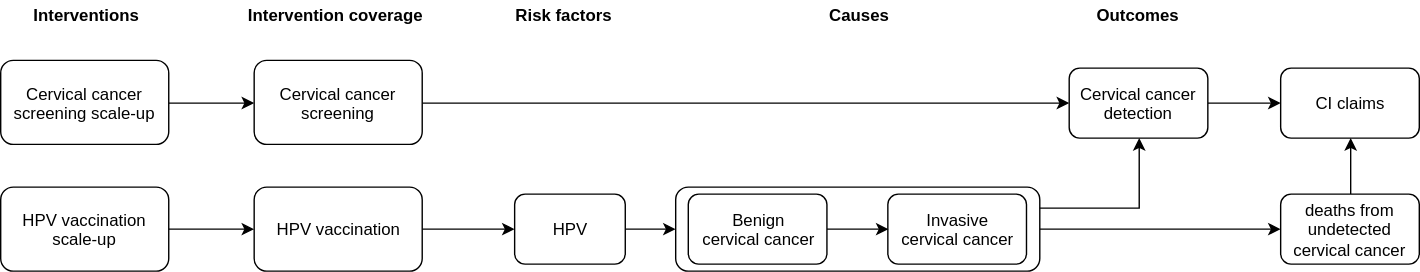
ihmeuw/vivarium_research keeps this draw.io diagram as docs/source/concept_models/vivarium_swissre_cervicalcancer/cervical_cancer_concept_model_diagram.svg. Above is the earlier version. Source tidied: cells renumbered, new cells last; positions are measured from the earlier drawing's top-left corner, leaving out a move shared by most shapes. Source of this version:
```xml
<mxGraphModel>
  <root>
    <mxCell id="0" />
    <mxCell id="1" parent="0" />
    <mxCell id="2" style="edgeStyle=orthogonalEdgeStyle;rounded=0;jettySize=auto;html=1;exitX=1;exitY=0.5;exitDx=0;exitDy=0;" parent="1" edge="1" source="3" target="28">
      <mxGeometry relative="1" as="geometry" />
    </mxCell>
    <mxCell id="3" style="rounded=1;whiteSpace=wrap;html=1;" parent="1" vertex="1">
      <mxGeometry x="482" y="133" width="260" height="60" as="geometry" />
    </mxCell>
    <mxCell id="4" value="&lt;b&gt;Interventions&lt;/b&gt;" style="text;html=1;strokeColor=none;fillColor=none;align=center;verticalAlign=middle;whiteSpace=wrap;rounded=0;" parent="1" vertex="1">
      <mxGeometry x="40" width="40" height="20" as="geometry" />
    </mxCell>
    <mxCell id="5" value="&lt;b&gt;Intervention coverage&lt;/b&gt;" style="text;html=1;strokeColor=none;fillColor=none;align=left;verticalAlign=middle;whiteSpace=wrap;rounded=0;" parent="1" vertex="1">
      <mxGeometry x="174.5" width="133" height="20" as="geometry" />
    </mxCell>
    <mxCell id="6" value="&lt;b&gt;Outcomes&lt;/b&gt;" style="text;html=1;strokeColor=none;fillColor=none;align=left;verticalAlign=middle;whiteSpace=wrap;rounded=0;" parent="1" vertex="1">
      <mxGeometry x="781" width="63" height="20" as="geometry" />
    </mxCell>
    <mxCell id="7" style="edgeStyle=orthogonalEdgeStyle;rounded=0;jettySize=auto;html=1;exitX=1;exitY=0.25;exitDx=0;exitDy=0;entryX=0.5;entryY=1;entryDx=0;entryDy=0;" parent="1" edge="1" source="3" target="16">
      <mxGeometry relative="1" as="geometry" />
    </mxCell>
    <mxCell id="8" value="Invasive&lt;br&gt;cervical cancer" style="rounded=1;whiteSpace=wrap;html=1;" parent="1" vertex="1">
      <mxGeometry x="633.5" y="138" width="99" height="50" as="geometry" />
    </mxCell>
    <mxCell id="9" value="&lt;b&gt;Risk factors&lt;/b&gt;" style="text;html=1;strokeColor=none;fillColor=none;align=left;verticalAlign=middle;whiteSpace=wrap;rounded=0;" parent="1" vertex="1">
      <mxGeometry x="366" width="78" height="20" as="geometry" />
    </mxCell>
    <mxCell id="10" style="edgeStyle=orthogonalEdgeStyle;rounded=0;jettySize=auto;html=1;exitX=1;exitY=0.5;exitDx=0;exitDy=0;entryX=0;entryY=0.5;entryDx=0;entryDy=0;" parent="1" edge="1" source="11" target="8">
      <mxGeometry relative="1" as="geometry" />
    </mxCell>
    <mxCell id="11" value="Benign&lt;br&gt;cervical cancer" style="rounded=1;whiteSpace=wrap;html=1;" parent="1" vertex="1">
      <mxGeometry x="491" y="138" width="99" height="50" as="geometry" />
    </mxCell>
    <mxCell id="12" style="edgeStyle=orthogonalEdgeStyle;rounded=0;jettySize=auto;html=1;exitX=1;exitY=0.5;exitDx=0;exitDy=0;" parent="1" edge="1" source="13">
      <mxGeometry relative="1" as="geometry">
        <mxPoint x="482" y="163" as="targetPoint" />
      </mxGeometry>
    </mxCell>
    <mxCell id="13" value="HPV" style="rounded=1;whiteSpace=wrap;html=1;" parent="1" vertex="1">
      <mxGeometry x="367" y="138" width="79" height="50" as="geometry" />
    </mxCell>
    <mxCell id="14" value="&lt;b&gt;Causes&lt;/b&gt;" style="text;html=1;strokeColor=none;fillColor=none;align=left;verticalAlign=middle;whiteSpace=wrap;rounded=0;" parent="1" vertex="1">
      <mxGeometry x="590" width="45" height="20" as="geometry" />
    </mxCell>
    <mxCell id="15" style="edgeStyle=orthogonalEdgeStyle;rounded=0;jettySize=auto;html=1;exitX=1;exitY=0.5;exitDx=0;exitDy=0;entryX=0;entryY=0.5;entryDx=0;entryDy=0;" parent="1" edge="1" source="16" target="17">
      <mxGeometry relative="1" as="geometry" />
    </mxCell>
    <mxCell id="16" value="Cervical cancer detection" style="rounded=1;whiteSpace=wrap;html=1;" parent="1" vertex="1">
      <mxGeometry x="763" y="48" width="99" height="50" as="geometry" />
    </mxCell>
    <mxCell id="17" value="CI claims" style="rounded=1;whiteSpace=wrap;html=1;" parent="1" vertex="1">
      <mxGeometry x="914" y="48" width="99" height="50" as="geometry" />
    </mxCell>
    <mxCell id="18" style="edgeStyle=orthogonalEdgeStyle;rounded=0;jettySize=auto;html=1;exitX=1;exitY=0.5;exitDx=0;exitDy=0;entryX=0;entryY=0.5;entryDx=0;entryDy=0;" parent="1" edge="1" source="19" target="23">
      <mxGeometry relative="1" as="geometry" />
    </mxCell>
    <mxCell id="19" value="&lt;span style=&quot;white-space: normal&quot;&gt;Cervical cancer screening scale-up&lt;/span&gt;" style="rounded=1;whiteSpace=wrap;html=1;" parent="1" vertex="1">
      <mxGeometry y="42.5" width="120" height="60" as="geometry" />
    </mxCell>
    <mxCell id="20" style="edgeStyle=orthogonalEdgeStyle;rounded=0;jettySize=auto;html=1;exitX=1;exitY=0.5;exitDx=0;exitDy=0;entryX=0;entryY=0.5;entryDx=0;entryDy=0;" parent="1" edge="1" source="21" target="25">
      <mxGeometry relative="1" as="geometry" />
    </mxCell>
    <mxCell id="21" value="&lt;span style=&quot;white-space: normal&quot;&gt;HPV vaccination scale-up&lt;/span&gt;" style="rounded=1;whiteSpace=wrap;html=1;" parent="1" vertex="1">
      <mxGeometry y="133" width="120" height="60" as="geometry" />
    </mxCell>
    <mxCell id="22" style="edgeStyle=orthogonalEdgeStyle;rounded=0;jettySize=auto;html=1;exitX=1;exitY=0.5;exitDx=0;exitDy=0;entryX=0;entryY=0.5;entryDx=0;entryDy=0;" parent="1" edge="1" source="23" target="16">
      <mxGeometry relative="1" as="geometry" />
    </mxCell>
    <mxCell id="23" value="&lt;span style=&quot;white-space: normal&quot;&gt;Cervical cancer screening&lt;/span&gt;" style="rounded=1;whiteSpace=wrap;html=1;" parent="1" vertex="1">
      <mxGeometry x="181" y="42.5" width="120" height="60" as="geometry" />
    </mxCell>
    <mxCell id="24" style="edgeStyle=orthogonalEdgeStyle;rounded=0;jettySize=auto;html=1;exitX=1;exitY=0.5;exitDx=0;exitDy=0;entryX=0;entryY=0.5;entryDx=0;entryDy=0;" parent="1" edge="1" source="25" target="13">
      <mxGeometry relative="1" as="geometry" />
    </mxCell>
    <mxCell id="25" value="&lt;span style=&quot;white-space: normal&quot;&gt;HPV vaccination&lt;/span&gt;" style="rounded=1;whiteSpace=wrap;html=1;" parent="1" vertex="1">
      <mxGeometry x="181" y="133" width="120" height="60" as="geometry" />
    </mxCell>
    <mxCell id="26" style="edgeStyle=orthogonalEdgeStyle;rounded=0;orthogonalLoop=1;jettySize=auto;html=1;exitX=0.5;exitY=1;exitDx=0;exitDy=0;" parent="1" edge="1" source="5" target="5">
      <mxGeometry relative="1" as="geometry" />
    </mxCell>
    <mxCell id="27" style="edgeStyle=orthogonalEdgeStyle;rounded=0;jettySize=auto;html=1;entryX=0.5;entryY=1;entryDx=0;entryDy=0;" parent="1" edge="1" source="28" target="17">
      <mxGeometry relative="1" as="geometry" />
    </mxCell>
    <mxCell id="28" value="deaths from undetected cervical cancer" style="rounded=1;whiteSpace=wrap;html=1;" parent="1" vertex="1">
      <mxGeometry x="914" y="138" width="99" height="50" as="geometry" />
    </mxCell>
  </root>
</mxGraphModel>
```
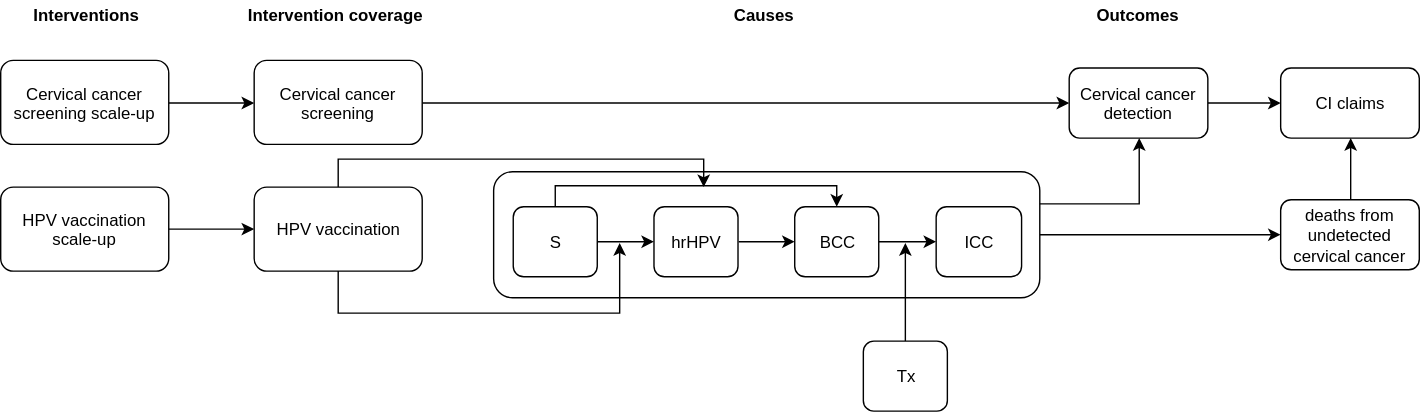
After the commit.

Diff of the diagram source:
```diff
@@ -6,7 +6,7 @@
       <mxGeometry relative="1" as="geometry" />
     </mxCell>
     <mxCell id="3" style="rounded=1;whiteSpace=wrap;html=1;" parent="1" vertex="1">
-      <mxGeometry x="482" y="133" width="260" height="60" as="geometry" />
+      <mxGeometry x="352" y="122" width="390" height="90" as="geometry" />
     </mxCell>
     <mxCell id="4" value="&lt;b&gt;Interventions&lt;/b&gt;" style="text;html=1;strokeColor=none;fillColor=none;align=center;verticalAlign=middle;whiteSpace=wrap;rounded=0;" parent="1" vertex="1">
       <mxGeometry x="40" width="40" height="20" as="geometry" />
@@ -20,28 +20,23 @@
     <mxCell id="7" style="edgeStyle=orthogonalEdgeStyle;rounded=0;jettySize=auto;html=1;exitX=1;exitY=0.25;exitDx=0;exitDy=0;entryX=0.5;entryY=1;entryDx=0;entryDy=0;" parent="1" edge="1" source="3" target="16">
       <mxGeometry relative="1" as="geometry" />
     </mxCell>
-    <mxCell id="8" value="Invasive&lt;br&gt;cervical cancer" style="rounded=1;whiteSpace=wrap;html=1;" parent="1" vertex="1">
-      <mxGeometry x="633.5" y="138" width="99" height="50" as="geometry" />
+    <mxCell id="8" value="ICC" style="rounded=1;whiteSpace=wrap;html=1;" parent="1" vertex="1">
+      <mxGeometry x="668" y="147" width="61" height="50" as="geometry" />
     </mxCell>
-    <mxCell id="9" value="&lt;b&gt;Risk factors&lt;/b&gt;" style="text;html=1;strokeColor=none;fillColor=none;align=left;verticalAlign=middle;whiteSpace=wrap;rounded=0;" parent="1" vertex="1">
-      <mxGeometry x="366" width="78" height="20" as="geometry" />
-    </mxCell>
     <mxCell id="10" style="edgeStyle=orthogonalEdgeStyle;rounded=0;jettySize=auto;html=1;exitX=1;exitY=0.5;exitDx=0;exitDy=0;entryX=0;entryY=0.5;entryDx=0;entryDy=0;" parent="1" edge="1" source="11" target="8">
       <mxGeometry relative="1" as="geometry" />
     </mxCell>
-    <mxCell id="11" value="Benign&lt;br&gt;cervical cancer" style="rounded=1;whiteSpace=wrap;html=1;" parent="1" vertex="1">
-      <mxGeometry x="491" y="138" width="99" height="50" as="geometry" />
+    <mxCell id="11" value="BCC" style="rounded=1;whiteSpace=wrap;html=1;" parent="1" vertex="1">
+      <mxGeometry x="567" y="147" width="60" height="50" as="geometry" />
     </mxCell>
-    <mxCell id="12" style="edgeStyle=orthogonalEdgeStyle;rounded=0;jettySize=auto;html=1;exitX=1;exitY=0.5;exitDx=0;exitDy=0;" parent="1" edge="1" source="13">
-      <mxGeometry relative="1" as="geometry">
-        <mxPoint x="482" y="163" as="targetPoint" />
-      </mxGeometry>
+    <mxCell id="12" style="edgeStyle=orthogonalEdgeStyle;rounded=0;jettySize=auto;html=1;exitX=1;exitY=0.5;exitDx=0;exitDy=0;entryX=0;entryY=0.5;entryDx=0;entryDy=0;" parent="1" edge="1" source="13" target="11">
+      <mxGeometry relative="1" as="geometry" />
     </mxCell>
-    <mxCell id="13" value="HPV" style="rounded=1;whiteSpace=wrap;html=1;" parent="1" vertex="1">
-      <mxGeometry x="367" y="138" width="79" height="50" as="geometry" />
+    <mxCell id="13" value="hrHPV" style="rounded=1;whiteSpace=wrap;html=1;" parent="1" vertex="1">
+      <mxGeometry x="466.5" y="147" width="60" height="50" as="geometry" />
     </mxCell>
     <mxCell id="14" value="&lt;b&gt;Causes&lt;/b&gt;" style="text;html=1;strokeColor=none;fillColor=none;align=left;verticalAlign=middle;whiteSpace=wrap;rounded=0;" parent="1" vertex="1">
-      <mxGeometry x="590" width="45" height="20" as="geometry" />
+      <mxGeometry x="522" width="45" height="20" as="geometry" />
     </mxCell>
     <mxCell id="15" style="edgeStyle=orthogonalEdgeStyle;rounded=0;jettySize=auto;html=1;exitX=1;exitY=0.5;exitDx=0;exitDy=0;entryX=0;entryY=0.5;entryDx=0;entryDy=0;" parent="1" edge="1" source="16" target="17">
       <mxGeometry relative="1" as="geometry" />
@@ -70,9 +65,24 @@
     <mxCell id="23" value="&lt;span style=&quot;white-space: normal&quot;&gt;Cervical cancer screening&lt;/span&gt;" style="rounded=1;whiteSpace=wrap;html=1;" parent="1" vertex="1">
       <mxGeometry x="181" y="42.5" width="120" height="60" as="geometry" />
     </mxCell>
-    <mxCell id="24" style="edgeStyle=orthogonalEdgeStyle;rounded=0;jettySize=auto;html=1;exitX=1;exitY=0.5;exitDx=0;exitDy=0;entryX=0;entryY=0.5;entryDx=0;entryDy=0;" parent="1" edge="1" source="25" target="13">
-      <mxGeometry relative="1" as="geometry" />
-    </mxCell>
+    <mxCell id="29" style="edgeStyle=orthogonalEdgeStyle;rounded=0;jettySize=auto;html=1;exitX=0.5;exitY=1;exitDx=0;exitDy=0;" parent="1" edge="1" source="25">
+      <mxGeometry relative="1" as="geometry">
+        <mxPoint x="442" y="173" as="targetPoint" />
+        <Array as="points">
+          <mxPoint x="241" y="223" />
+          <mxPoint x="442" y="223" />
+        </Array>
+      </mxGeometry>
+    </mxCell>
+    <mxCell id="30" style="edgeStyle=orthogonalEdgeStyle;rounded=0;jettySize=auto;html=1;exitX=0.5;exitY=0;exitDx=0;exitDy=0;" parent="1" edge="1" source="25">
+      <mxGeometry relative="1" as="geometry">
+        <mxPoint x="502" y="133" as="targetPoint" />
+        <Array as="points">
+          <mxPoint x="241" y="113" />
+          <mxPoint x="502" y="113" />
+        </Array>
+      </mxGeometry>
+    </mxCell>
     <mxCell id="25" value="&lt;span style=&quot;white-space: normal&quot;&gt;HPV vaccination&lt;/span&gt;" style="rounded=1;whiteSpace=wrap;html=1;" parent="1" vertex="1">
       <mxGeometry x="181" y="133" width="120" height="60" as="geometry" />
     </mxCell>
@@ -83,7 +93,29 @@
       <mxGeometry relative="1" as="geometry" />
     </mxCell>
     <mxCell id="28" value="deaths from undetected cervical cancer" style="rounded=1;whiteSpace=wrap;html=1;" parent="1" vertex="1">
-      <mxGeometry x="914" y="138" width="99" height="50" as="geometry" />
+      <mxGeometry x="914" y="142" width="99" height="50" as="geometry" />
     </mxCell>
+    <mxCell id="31" style="edgeStyle=none;rounded=0;jettySize=auto;html=1;exitX=1;exitY=0.5;exitDx=0;exitDy=0;" parent="1" edge="1" source="33" target="13">
+      <mxGeometry relative="1" as="geometry" />
+    </mxCell>
+    <mxCell id="32" style="edgeStyle=orthogonalEdgeStyle;rounded=0;jettySize=auto;html=1;exitX=0.5;exitY=0;exitDx=0;exitDy=0;entryX=0.5;entryY=0;entryDx=0;entryDy=0;" parent="1" edge="1" source="33" target="11">
+      <mxGeometry relative="1" as="geometry">
+        <Array as="points">
+          <mxPoint x="396" y="132" />
+          <mxPoint x="597" y="132" />
+        </Array>
+      </mxGeometry>
+    </mxCell>
+    <mxCell id="33" value="S" style="rounded=1;whiteSpace=wrap;html=1;" parent="1" vertex="1">
+      <mxGeometry x="366" y="147" width="60" height="50" as="geometry" />
+    </mxCell>
+    <mxCell id="34" style="edgeStyle=orthogonalEdgeStyle;rounded=0;jettySize=auto;html=1;exitX=0.5;exitY=0;exitDx=0;exitDy=0;" parent="1" edge="1" source="35">
+      <mxGeometry relative="1" as="geometry">
+        <mxPoint x="646" y="173" as="targetPoint" />
+      </mxGeometry>
+    </mxCell>
+    <mxCell id="35" value="Tx" style="rounded=1;whiteSpace=wrap;html=1;" parent="1" vertex="1">
+      <mxGeometry x="616" y="243" width="60" height="50" as="geometry" />
+    </mxCell>
   </root>
 </mxGraphModel>
```
